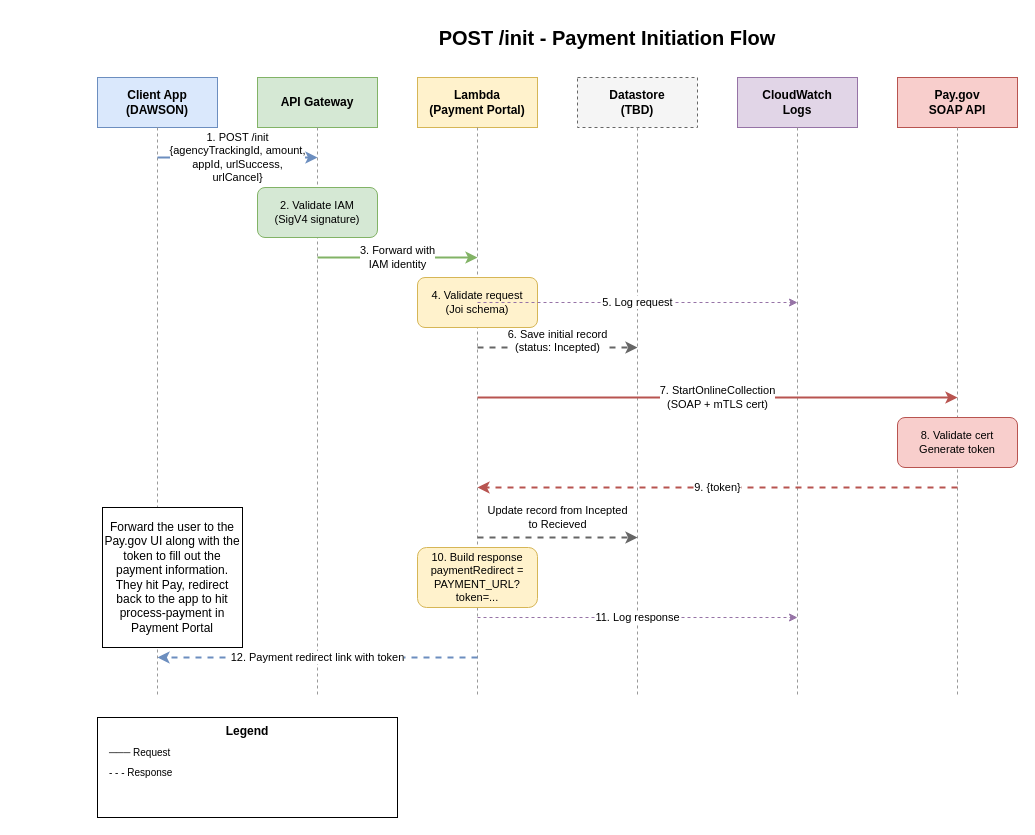
Before: docs/diagrams/init-payment-flow.drawio in ustaxcourt/ustc-payment-portal, a draw.io diagram. Source tidied: cells renumbered, new cells numbered last; positions are measured from the earlier drawing's top-left corner, leaving out a move shared by most shapes. Both pictures are drawn from the tidied source at 100%, with x=0, y=0 at pixel (97, 17).
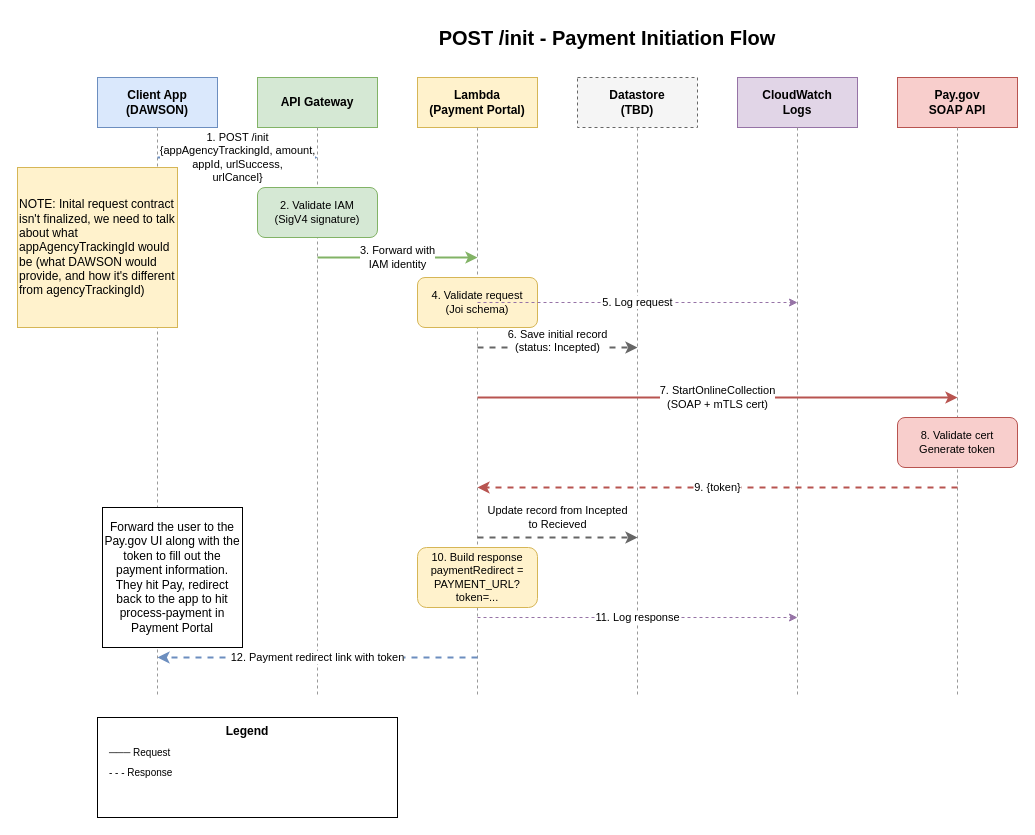
The same diagram, later.

Commit message (it also covers changes not shown here):
Adds a sticky note to talk about initial request contract for init, getDetails, and process-payment endpoints, adds rds-vanilla doc as data store option

What changed in the source:
```diff
@@
-    <mxCell id="15" value="1. POST /init&lt;br&gt;{agencyTrackingId, amount,&lt;br&gt;appId, urlSuccess,&lt;br&gt;urlCancel}" style="edgeStyle=orthogonalEdgeStyle;rounded=0;orthogonalLoop=1;jettySize=auto;html=1;strokeWidth=2;fillColor=#dae8fc;strokeColor=#6c8ebf;" parent="1" edge="1">
+    <mxCell id="15" value="1. POST /init&lt;br&gt;{appAgencyTrackingId, amount,&lt;br&gt;appId, urlSuccess,&lt;br&gt;urlCancel}" style="edgeStyle=orthogonalEdgeStyle;rounded=0;orthogonalLoop=1;jettySize=auto;html=1;strokeWidth=2;fillColor=#dae8fc;strokeColor=#6c8ebf;" parent="1" edge="1">
       <mxGeometry relative="1" as="geometry">
         <mxPoint x="60" y="140" as="sourcePoint" />
         <mxPoint x="220" y="140" as="targetPoint" />
       </mxGeometry>
     </mxCell>
@@
+    <mxCell id="32" value="NOTE: Inital request contract isn't finalized, we need to talk about what appAgencyTrackingId would be (what DAWSON would provide, and how it's different from agencyTrackingId)" style="whiteSpace=wrap;html=1;fillColor=#fff2cc;strokeColor=#d6b656;align=left;" parent="1" vertex="1">
+      <mxGeometry x="-80" y="150" width="160" height="160" as="geometry" />
+    </mxCell>
```
